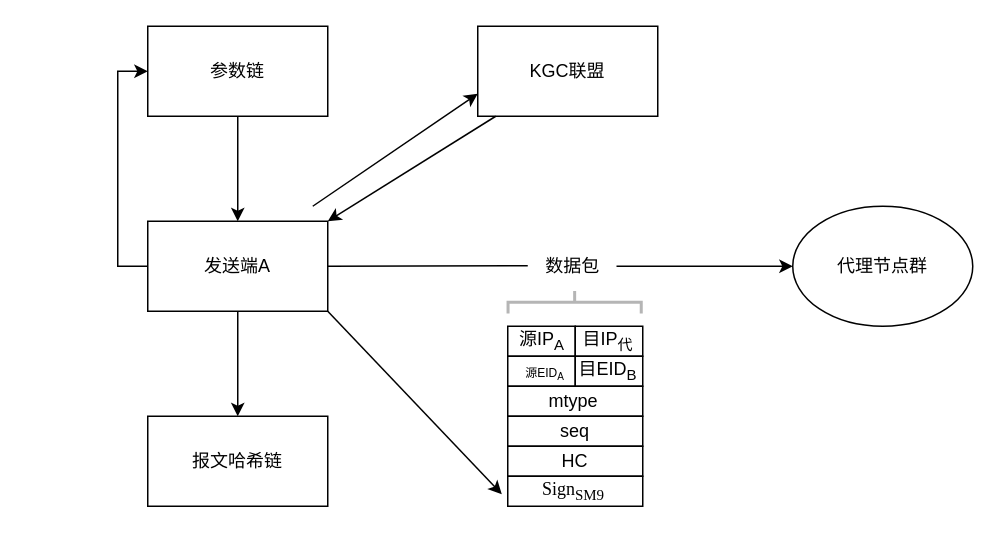
Above: Untitled Diagram.drawio in asdlijinquan/- (draw.io), before the change. Source tidied: cells renumbered, new cells numbered last; positions are measured from the earlier drawing's top-left corner, leaving out a move shared by most shapes. Both pictures are drawn from the tidied source at 150%, with x=0, y=0 at pixel (117, 26).
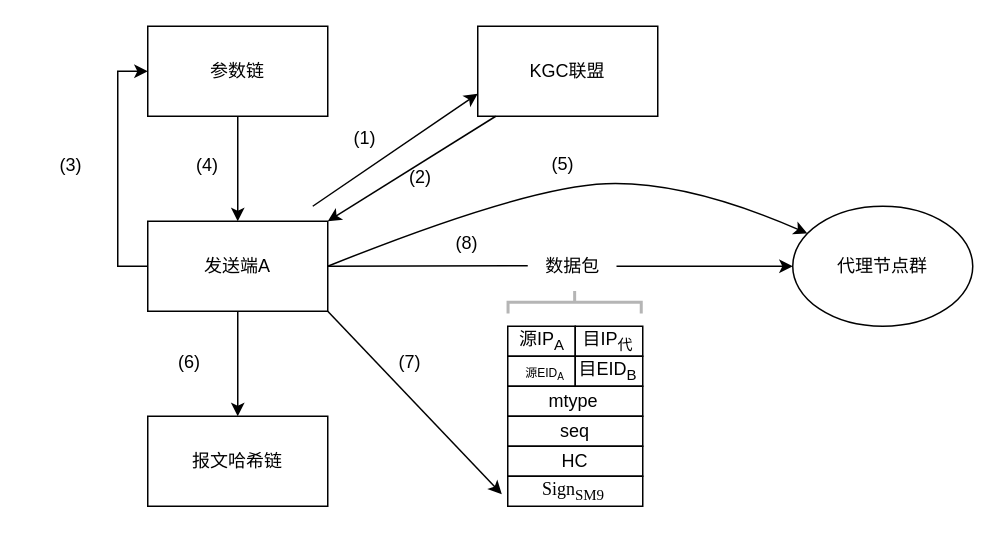
The same page after the edit.

Unchanged cells that the change refers to:
```xml
<mxCell id="6" value="发送端A" style="rounded=0;whiteSpace=wrap;html=1;" parent="1" vertex="1">
  <mxGeometry x="20" y="130" width="120" height="60" as="geometry" />
</mxCell>
<mxCell id="9" value="代理节点群" style="ellipse;whiteSpace=wrap;html=1;" parent="1" vertex="1">
  <mxGeometry x="450" y="120" width="120" height="80" as="geometry" />
</mxCell>
```

Change to the diagram source:
```diff
@@
+    <mxCell id="33" value="(1)" style="text;html=1;strokeColor=none;fillColor=none;align=center;verticalAlign=middle;whiteSpace=wrap;rounded=0;" parent="1" vertex="1">
+      <mxGeometry x="135" y="60" width="60" height="30" as="geometry" />
+    </mxCell>
+    <mxCell id="34" value="(3)" style="text;html=1;strokeColor=none;fillColor=none;align=center;verticalAlign=middle;whiteSpace=wrap;rounded=0;" parent="1" vertex="1">
+      <mxGeometry x="-61" y="78" width="60" height="30" as="geometry" />
+    </mxCell>
+    <mxCell id="35" value="(6)" style="text;html=1;strokeColor=none;fillColor=none;align=center;verticalAlign=middle;whiteSpace=wrap;rounded=0;" parent="1" vertex="1">
+      <mxGeometry x="18" y="209" width="60" height="30" as="geometry" />
+    </mxCell>
+    <mxCell id="36" value="(4)" style="text;html=1;strokeColor=none;fillColor=none;align=center;verticalAlign=middle;whiteSpace=wrap;rounded=0;" parent="1" vertex="1">
+      <mxGeometry x="30" y="78" width="60" height="30" as="geometry" />
+    </mxCell>
+    <mxCell id="37" value="(7)" style="text;html=1;strokeColor=none;fillColor=none;align=center;verticalAlign=middle;whiteSpace=wrap;rounded=0;" parent="1" vertex="1">
+      <mxGeometry x="165" y="209" width="60" height="30" as="geometry" />
+    </mxCell>
+    <mxCell id="38" value="(2)" style="text;html=1;strokeColor=none;fillColor=none;align=center;verticalAlign=middle;whiteSpace=wrap;rounded=0;" parent="1" vertex="1">
+      <mxGeometry x="172" y="86" width="60" height="30" as="geometry" />
+    </mxCell>
+    <mxCell id="39" style="curved=1;endArrow=classic;html=1;rounded=0;exitX=1;exitY=0.5;exitDx=0;exitDy=0;" parent="1" edge="1" source="6" target="9">
+      <mxGeometry relative="1" as="geometry">
+        <Array as="points">
+          <mxPoint x="272" y="107" />
+          <mxPoint x="379" y="103" />
+        </Array>
+      </mxGeometry>
+    </mxCell>
+    <mxCell id="40" value="(5)" style="text;html=1;strokeColor=none;fillColor=none;align=center;verticalAlign=middle;whiteSpace=wrap;rounded=0;" parent="1" vertex="1">
+      <mxGeometry x="267" y="77" width="60" height="30" as="geometry" />
+    </mxCell>
+    <mxCell id="41" value="(8)" style="text;html=1;strokeColor=none;fillColor=none;align=center;verticalAlign=middle;whiteSpace=wrap;rounded=0;" parent="1" vertex="1">
+      <mxGeometry x="203" y="130" width="60" height="30" as="geometry" />
+    </mxCell>
```
